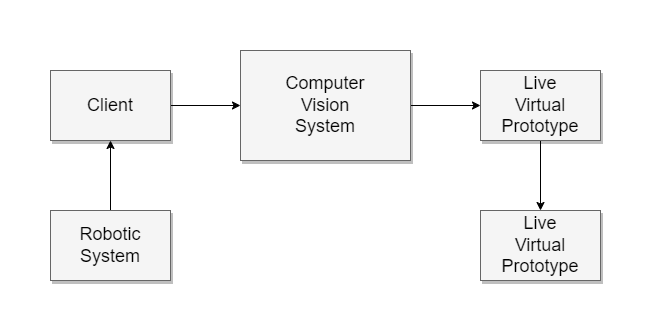
Before: Diagrams/Block Diagram/Block_Diagram.drawio.png, a diagram exported from draw.io (Tesla619/pose3). Source tidied: cells renumbered, new cells last; positions are measured from the earlier drawing's top-left corner, leaving out a move shared by most shapes. Source of this version:
```xml
<mxGraphModel>
  <root>
    <mxCell id="0" style="html=1;" />
    <mxCell id="1" style="html=1;" parent="0" />
    <mxCell id="2" style="edgeStyle=orthogonalEdgeStyle;rounded=0;jettySize=auto;html=1;" parent="1" edge="1" source="3" target="6">
      <mxGeometry relative="1" as="geometry" />
    </mxCell>
    <mxCell id="3" value="Computer&lt;br&gt;Vision&lt;br&gt;System" style="whiteSpace=wrap;html=1;shadow=1;fontSize=18;fillColor=#f5f5f5;strokeColor=#666666;" parent="1" vertex="1">
      <mxGeometry x="190" width="170" height="110" as="geometry" />
    </mxCell>
    <mxCell id="4" value="Live&lt;br&gt;Virtual&lt;br&gt;Prototype" style="whiteSpace=wrap;html=1;shadow=1;fontSize=18;fillColor=#f5f5f5;strokeColor=#666666;" parent="1" vertex="1">
      <mxGeometry x="430" y="160" width="120" height="70" as="geometry" />
    </mxCell>
    <mxCell id="5" style="edgeStyle=orthogonalEdgeStyle;rounded=0;jettySize=auto;html=1;" parent="1" edge="1" source="6" target="4">
      <mxGeometry relative="1" as="geometry" />
    </mxCell>
    <mxCell id="6" value="Live&lt;br&gt;Virtual&lt;br&gt;Prototype" style="whiteSpace=wrap;html=1;shadow=1;fontSize=18;fillColor=#f5f5f5;strokeColor=#666666;" parent="1" vertex="1">
      <mxGeometry x="430" y="20" width="120" height="70" as="geometry" />
    </mxCell>
    <mxCell id="7" style="edgeStyle=orthogonalEdgeStyle;rounded=0;jettySize=auto;html=1;" parent="1" edge="1" source="8" target="10">
      <mxGeometry relative="1" as="geometry" />
    </mxCell>
    <mxCell id="8" value="Robotic&lt;br&gt;System" style="whiteSpace=wrap;html=1;shadow=1;fontSize=18;fillColor=#f5f5f5;strokeColor=#666666;" parent="1" vertex="1">
      <mxGeometry y="160" width="120" height="70" as="geometry" />
    </mxCell>
    <mxCell id="9" style="edgeStyle=orthogonalEdgeStyle;rounded=0;jettySize=auto;html=1;" parent="1" edge="1" source="10" target="3">
      <mxGeometry relative="1" as="geometry" />
    </mxCell>
    <mxCell id="10" value="Client" style="whiteSpace=wrap;html=1;shadow=1;fontSize=18;fillColor=#f5f5f5;strokeColor=#666666;" parent="1" vertex="1">
      <mxGeometry y="20" width="120" height="70" as="geometry" />
    </mxCell>
  </root>
</mxGraphModel>
```
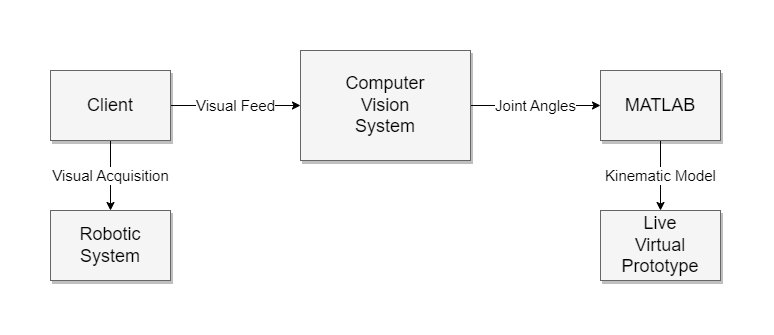
The same file after the commit.

Commit message:
finalized: block diagram

What changed in the source:
```diff
@@ -2,30 +2,30 @@
   <root>
     <mxCell id="0" style="html=1;" />
     <mxCell id="1" style="html=1;" parent="0" />
-    <mxCell id="2" style="edgeStyle=orthogonalEdgeStyle;rounded=0;jettySize=auto;html=1;" parent="1" edge="1" source="3" target="6">
+    <mxCell id="2" value="Joint Angles" style="edgeStyle=orthogonalEdgeStyle;rounded=0;jettySize=auto;html=1;fontSize=15;" parent="1" edge="1" source="3" target="6">
       <mxGeometry relative="1" as="geometry" />
     </mxCell>
     <mxCell id="3" value="Computer&lt;br&gt;Vision&lt;br&gt;System" style="whiteSpace=wrap;html=1;shadow=1;fontSize=18;fillColor=#f5f5f5;strokeColor=#666666;" parent="1" vertex="1">
-      <mxGeometry x="190" width="170" height="110" as="geometry" />
+      <mxGeometry x="250" width="170" height="110" as="geometry" />
     </mxCell>
     <mxCell id="4" value="Live&lt;br&gt;Virtual&lt;br&gt;Prototype" style="whiteSpace=wrap;html=1;shadow=1;fontSize=18;fillColor=#f5f5f5;strokeColor=#666666;" parent="1" vertex="1">
-      <mxGeometry x="430" y="160" width="120" height="70" as="geometry" />
+      <mxGeometry x="550" y="160" width="120" height="70" as="geometry" />
     </mxCell>
-    <mxCell id="5" style="edgeStyle=orthogonalEdgeStyle;rounded=0;jettySize=auto;html=1;" parent="1" edge="1" source="6" target="4">
+    <mxCell id="5" value="Kinematic Model" style="edgeStyle=orthogonalEdgeStyle;rounded=0;jettySize=auto;html=1;fontSize=15;" parent="1" edge="1" source="6" target="4">
       <mxGeometry relative="1" as="geometry" />
     </mxCell>
-    <mxCell id="6" value="Live&lt;br&gt;Virtual&lt;br&gt;Prototype" style="whiteSpace=wrap;html=1;shadow=1;fontSize=18;fillColor=#f5f5f5;strokeColor=#666666;" parent="1" vertex="1">
-      <mxGeometry x="430" y="20" width="120" height="70" as="geometry" />
+    <mxCell id="6" value="MATLAB" style="whiteSpace=wrap;html=1;shadow=1;fontSize=18;fillColor=#f5f5f5;strokeColor=#666666;" parent="1" vertex="1">
+      <mxGeometry x="550" y="20" width="120" height="70" as="geometry" />
     </mxCell>
-    <mxCell id="7" style="edgeStyle=orthogonalEdgeStyle;rounded=0;jettySize=auto;html=1;" parent="1" edge="1" source="8" target="10">
-      <mxGeometry relative="1" as="geometry" />
-    </mxCell>
     <mxCell id="8" value="Robotic&lt;br&gt;System" style="whiteSpace=wrap;html=1;shadow=1;fontSize=18;fillColor=#f5f5f5;strokeColor=#666666;" parent="1" vertex="1">
       <mxGeometry y="160" width="120" height="70" as="geometry" />
     </mxCell>
-    <mxCell id="9" style="edgeStyle=orthogonalEdgeStyle;rounded=0;jettySize=auto;html=1;" parent="1" edge="1" source="10" target="3">
+    <mxCell id="9" value="Visual Feed" style="edgeStyle=orthogonalEdgeStyle;rounded=0;jettySize=auto;html=1;endSize=6;fontSize=15;" parent="1" edge="1" source="10" target="3">
       <mxGeometry relative="1" as="geometry" />
     </mxCell>
+    <mxCell id="11" value="Visual Acquisition" style="edgeStyle=orthogonalEdgeStyle;rounded=0;jettySize=auto;html=1;fontSize=15;" parent="1" edge="1" source="10" target="8">
+      <mxGeometry relative="1" as="geometry" />
+    </mxCell>
     <mxCell id="10" value="Client" style="whiteSpace=wrap;html=1;shadow=1;fontSize=18;fillColor=#f5f5f5;strokeColor=#666666;" parent="1" vertex="1">
       <mxGeometry y="20" width="120" height="70" as="geometry" />
     </mxCell>
```
